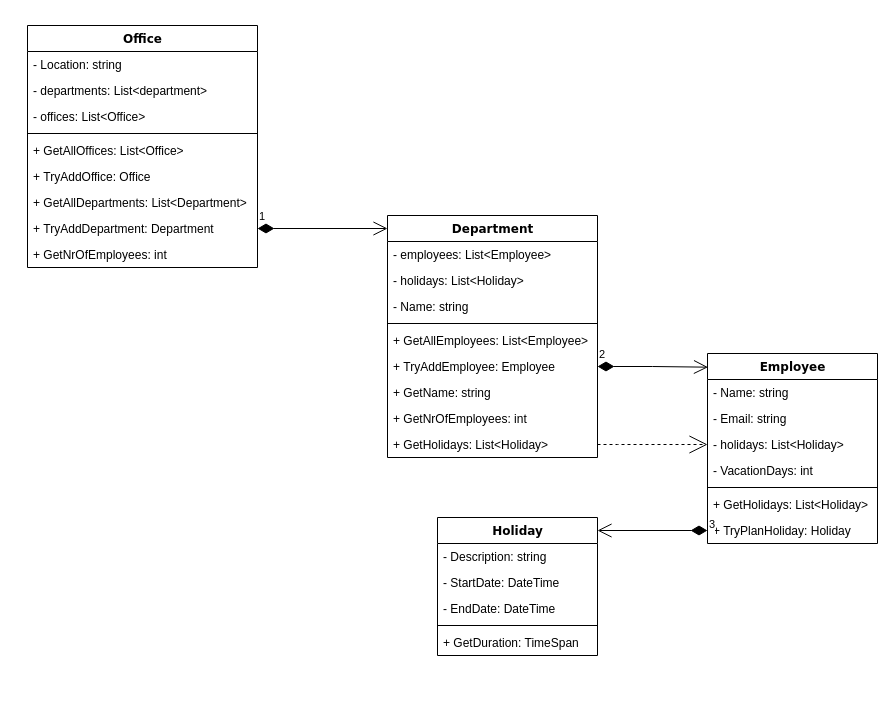
The draw.io diagram Startsemester/Software/Verdieping/VakantiePlanner/Idee/VakantiePlanner.drawio in Bash-04/MyLearningProcess, before the edit. Source tidied: cells renumbered, new cells numbered last; positions are measured from the earlier drawing's top-left corner, leaving out a move shared by most shapes. Both pictures are drawn from the tidied source at 100%, with x=0, y=0 at pixel (27, 25).
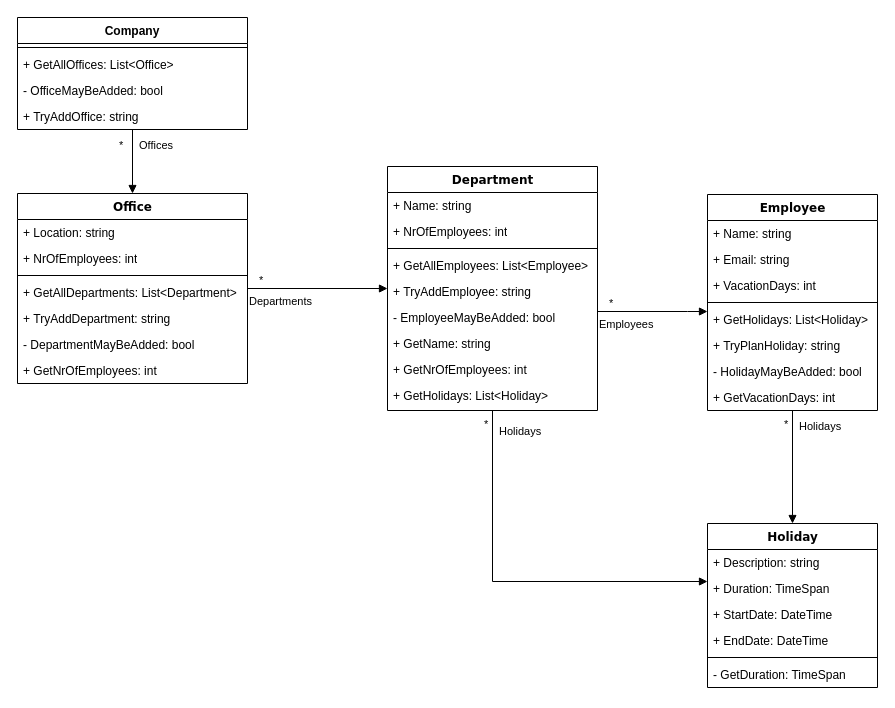
After the change.

Unchanged cells that the change refers to:
```xml
<mxCell id="21" value="+&amp;nbsp;GetHolidays: List&amp;lt;Holiday&amp;gt;" style="text;html=1;strokeColor=none;fillColor=none;align=left;verticalAlign=top;spacingLeft=4;spacingRight=4;whiteSpace=wrap;overflow=hidden;points=[[0,0.5],[1,0.5]];portConstraint=eastwest;" parent="12" vertex="1">
  <mxGeometry y="216" width="210" height="26" as="geometry" />
</mxCell>
```

Change to the diagram source:
```diff
@@
     <mxCell id="2" value="Office" style="swimlane;html=1;fontStyle=1;align=center;verticalAlign=top;horizontal=1;startSize=26;swimlaneFillColor=#ffffff;rounded=0;shadow=0;comic=0;labelBackgroundColor=none;strokeWidth=1;fillColor=none;fontFamily=Verdana;fontSize=12;" parent="1" vertex="1">
-      <mxGeometry width="230" height="242" as="geometry" />
+      <mxGeometry x="-10" y="168" width="230" height="190" as="geometry" />
     </mxCell>
-    <mxCell id="3" value="- Location: string" style="text;html=1;strokeColor=none;fillColor=none;align=left;verticalAlign=top;spacingLeft=4;spacingRight=4;whiteSpace=wrap;overflow=hidden;" parent="2" vertex="1">
+    <mxCell id="3" value="+ Location: string" style="text;html=1;strokeColor=none;fillColor=none;align=left;verticalAlign=top;spacingLeft=4;spacingRight=4;whiteSpace=wrap;overflow=hidden;" parent="2" vertex="1">
       <mxGeometry y="26" width="230" height="26" as="geometry" />
     </mxCell>
-    <mxCell id="4" value="- departments: List&amp;lt;department&amp;gt;" style="text;html=1;strokeColor=none;fillColor=none;align=left;verticalAlign=top;spacingLeft=4;spacingRight=4;whiteSpace=wrap;overflow=hidden;" parent="2" vertex="1">
-      <mxGeometry y="52" width="230" height="26" as="geometry" />
-    </mxCell>
-    <mxCell id="5" value="- offices: List&amp;lt;Office&amp;gt;" style="text;html=1;strokeColor=none;fillColor=none;align=left;verticalAlign=top;spacingLeft=4;spacingRight=4;whiteSpace=wrap;overflow=hidden;" parent="2" vertex="1">
-      <mxGeometry y="78" width="230" height="26" as="geometry" />
-    </mxCell>
+    <mxCell id="40" value="+ NrOfEmployees: int" style="text;html=1;strokeColor=none;fillColor=none;align=left;verticalAlign=top;spacingLeft=4;spacingRight=4;whiteSpace=wrap;overflow=hidden;" parent="2" vertex="1">
+      <mxGeometry y="52" width="230" height="26" as="geometry" />
+    </mxCell>
     <mxCell id="6" style="line;html=1;strokeWidth=1;fillColor=none;align=left;verticalAlign=middle;spacingTop=-1;spacingLeft=3;spacingRight=3;labelPosition=right;" parent="2" vertex="1">
-      <mxGeometry y="104" width="230" height="8" as="geometry" />
+      <mxGeometry y="78" width="230" height="8" as="geometry" />
     </mxCell>
-    <mxCell id="7" value="+ GetAllOffices: List&amp;lt;Office&amp;gt;" style="text;html=1;strokeColor=none;fillColor=none;align=left;verticalAlign=top;spacingLeft=4;spacingRight=4;whiteSpace=wrap;overflow=hidden;" parent="2" vertex="1">
-      <mxGeometry y="112" width="230" height="26" as="geometry" />
-    </mxCell>
-    <mxCell id="8" value="+&amp;nbsp;TryAddOffice: Office" style="text;html=1;strokeColor=none;fillColor=none;align=left;verticalAlign=top;spacingLeft=4;spacingRight=4;whiteSpace=wrap;overflow=hidden;" parent="2" vertex="1">
-      <mxGeometry y="138" width="230" height="26" as="geometry" />
-    </mxCell>
     <mxCell id="9" value="+&amp;nbsp;GetAllDepartments: List&amp;lt;Department&amp;gt;" style="text;html=1;strokeColor=none;fillColor=none;align=left;verticalAlign=top;spacingLeft=4;spacingRight=4;whiteSpace=wrap;overflow=hidden;" parent="2" vertex="1">
-      <mxGeometry y="164" width="230" height="26" as="geometry" />
+      <mxGeometry y="86" width="230" height="26" as="geometry" />
     </mxCell>
-    <mxCell id="10" value="+&amp;nbsp;TryAddDepartment: Department" style="text;html=1;strokeColor=none;fillColor=none;align=left;verticalAlign=top;spacingLeft=4;spacingRight=4;whiteSpace=wrap;overflow=hidden;points=[[0,0.5],[1,0.5]];portConstraint=eastwest;" parent="2" vertex="1">
-      <mxGeometry y="190" width="230" height="26" as="geometry" />
+    <mxCell id="10" value="+&amp;nbsp;TryAddDepartment: string" style="text;html=1;strokeColor=none;fillColor=none;align=left;verticalAlign=top;spacingLeft=4;spacingRight=4;whiteSpace=wrap;overflow=hidden;points=[[0,0.5],[1,0.5]];portConstraint=eastwest;" parent="2" vertex="1">
+      <mxGeometry y="112" width="230" height="26" as="geometry" />
     </mxCell>
+    <mxCell id="41" value="- DepartmentMayBeAdded: bool" style="text;html=1;strokeColor=none;fillColor=none;align=left;verticalAlign=top;spacingLeft=4;spacingRight=4;whiteSpace=wrap;overflow=hidden;" parent="2" vertex="1">
+      <mxGeometry y="138" width="230" height="26" as="geometry" />
+    </mxCell>
     <mxCell id="11" value="+&amp;nbsp;GetNrOfEmployees: int" style="text;html=1;strokeColor=none;fillColor=none;align=left;verticalAlign=top;spacingLeft=4;spacingRight=4;whiteSpace=wrap;overflow=hidden;" parent="2" vertex="1">
-      <mxGeometry y="216" width="230" height="26" as="geometry" />
+      <mxGeometry y="164" width="230" height="26" as="geometry" />
     </mxCell>
     <mxCell id="12" value="Department" style="swimlane;html=1;fontStyle=1;align=center;verticalAlign=top;horizontal=1;startSize=26;swimlaneFillColor=#ffffff;rounded=0;shadow=0;comic=0;labelBackgroundColor=none;strokeWidth=1;fillColor=none;fontFamily=Verdana;fontSize=12;" parent="1" vertex="1">
-      <mxGeometry x="360" y="190" width="210" height="242" as="geometry" />
+      <mxGeometry x="360" y="141" width="210" height="244" as="geometry" />
     </mxCell>
-    <mxCell id="13" value="- employees: List&amp;lt;Employee&amp;gt;" style="text;html=1;strokeColor=none;fillColor=none;align=left;verticalAlign=top;spacingLeft=4;spacingRight=4;whiteSpace=wrap;overflow=hidden;" parent="12" vertex="1">
-      <mxGeometry y="26" width="210" height="26" as="geometry" />
-    </mxCell>
-    <mxCell id="14" value="- holidays: List&amp;lt;Holiday&amp;gt;" style="text;html=1;strokeColor=none;fillColor=none;align=left;verticalAlign=top;spacingLeft=4;spacingRight=4;whiteSpace=wrap;overflow=hidden;" parent="12" vertex="1">
-      <mxGeometry y="52" width="210" height="26" as="geometry" />
-    </mxCell>
-    <mxCell id="15" value="- Name: string" style="text;html=1;strokeColor=none;fillColor=none;align=left;verticalAlign=top;spacingLeft=4;spacingRight=4;whiteSpace=wrap;overflow=hidden;" parent="12" vertex="1">
-      <mxGeometry y="78" width="210" height="26" as="geometry" />
+    <mxCell id="15" value="+ Name: string" style="text;html=1;strokeColor=none;fillColor=none;align=left;verticalAlign=top;spacingLeft=4;spacingRight=4;whiteSpace=wrap;overflow=hidden;" parent="12" vertex="1">
+      <mxGeometry y="26" width="210" height="26" as="geometry" />
     </mxCell>
+    <mxCell id="42" value="+ NrOfEmployees: int" style="text;html=1;strokeColor=none;fillColor=none;align=left;verticalAlign=top;spacingLeft=4;spacingRight=4;whiteSpace=wrap;overflow=hidden;" parent="12" vertex="1">
+      <mxGeometry y="52" width="210" height="26" as="geometry" />
+    </mxCell>
     <mxCell id="16" style="line;html=1;strokeWidth=1;fillColor=none;align=left;verticalAlign=middle;spacingTop=-1;spacingLeft=3;spacingRight=3;labelPosition=right;" parent="12" vertex="1">
-      <mxGeometry y="104" width="210" height="8" as="geometry" />
+      <mxGeometry y="78" width="210" height="8" as="geometry" />
     </mxCell>
     <mxCell id="17" value="+&amp;nbsp;GetAllEmployees: List&amp;lt;Employee&amp;gt;" style="text;html=1;strokeColor=none;fillColor=none;align=left;verticalAlign=top;spacingLeft=4;spacingRight=4;whiteSpace=wrap;overflow=hidden;" parent="12" vertex="1">
-      <mxGeometry y="112" width="210" height="26" as="geometry" />
+      <mxGeometry y="86" width="210" height="26" as="geometry" />
     </mxCell>
-    <mxCell id="18" value="+&amp;nbsp;TryAddEmployee: Employee" style="text;html=1;strokeColor=none;fillColor=none;align=left;verticalAlign=top;spacingLeft=4;spacingRight=4;whiteSpace=wrap;overflow=hidden;points=[[0,0.5],[1,0.5]];portConstraint=eastwest;" parent="12" vertex="1">
-      <mxGeometry y="138" width="210" height="26" as="geometry" />
+    <mxCell id="18" value="+&amp;nbsp;TryAddEmployee: string" style="text;html=1;strokeColor=none;fillColor=none;align=left;verticalAlign=top;spacingLeft=4;spacingRight=4;whiteSpace=wrap;overflow=hidden;points=[[0,0.5],[1,0.5]];portConstraint=eastwest;" parent="12" vertex="1">
+      <mxGeometry y="112" width="210" height="26" as="geometry" />
     </mxCell>
+    <mxCell id="43" value="- EmployeeMayBeAdded: bool" style="text;html=1;strokeColor=none;fillColor=none;align=left;verticalAlign=top;spacingLeft=4;spacingRight=4;whiteSpace=wrap;overflow=hidden;" parent="12" vertex="1">
+      <mxGeometry y="138" width="210" height="26" as="geometry" />
+    </mxCell>
@@
     <mxCell id="22" value="Employee" style="swimlane;html=1;fontStyle=1;align=center;verticalAlign=top;horizontal=1;startSize=26;swimlaneFillColor=#ffffff;rounded=0;shadow=0;comic=0;labelBackgroundColor=none;strokeWidth=1;fillColor=none;fontFamily=Verdana;fontSize=12;" parent="1" vertex="1">
-      <mxGeometry x="680" y="328" width="170" height="190" as="geometry" />
+      <mxGeometry x="680" y="169" width="170" height="216" as="geometry" />
     </mxCell>
-    <mxCell id="23" value="- Name: string" style="text;html=1;strokeColor=none;fillColor=none;align=left;verticalAlign=top;spacingLeft=4;spacingRight=4;whiteSpace=wrap;overflow=hidden;" parent="22" vertex="1">
+    <mxCell id="23" value="+ Name: string" style="text;html=1;strokeColor=none;fillColor=none;align=left;verticalAlign=top;spacingLeft=4;spacingRight=4;whiteSpace=wrap;overflow=hidden;" parent="22" vertex="1">
       <mxGeometry y="26" width="170" height="26" as="geometry" />
     </mxCell>
-    <mxCell id="24" value="-&amp;nbsp;Email: string" style="text;html=1;strokeColor=none;fillColor=none;align=left;verticalAlign=top;spacingLeft=4;spacingRight=4;whiteSpace=wrap;overflow=hidden;" parent="22" vertex="1">
+    <mxCell id="24" value="+ Email: string" style="text;html=1;strokeColor=none;fillColor=none;align=left;verticalAlign=top;spacingLeft=4;spacingRight=4;whiteSpace=wrap;overflow=hidden;" parent="22" vertex="1">
       <mxGeometry y="52" width="170" height="26" as="geometry" />
     </mxCell>
-    <mxCell id="25" value="-&amp;nbsp;holidays: List&amp;lt;Holiday&amp;gt;" style="text;html=1;strokeColor=none;fillColor=none;align=left;verticalAlign=top;spacingLeft=4;spacingRight=4;whiteSpace=wrap;overflow=hidden;points=[[0,0.5],[1,0.5]];portConstraint=eastwest;" parent="22" vertex="1">
-      <mxGeometry y="78" width="170" height="26" as="geometry" />
-    </mxCell>
-    <mxCell id="26" value="-&amp;nbsp;VacationDays: int" style="text;html=1;strokeColor=none;fillColor=none;align=left;verticalAlign=top;spacingLeft=4;spacingRight=4;whiteSpace=wrap;overflow=hidden;" parent="22" vertex="1">
-      <mxGeometry y="104" width="170" height="26" as="geometry" />
+    <mxCell id="26" value="+ VacationDays: int" style="text;html=1;strokeColor=none;fillColor=none;align=left;verticalAlign=top;spacingLeft=4;spacingRight=4;whiteSpace=wrap;overflow=hidden;" parent="22" vertex="1">
+      <mxGeometry y="78" width="170" height="26" as="geometry" />
     </mxCell>
     <mxCell id="27" style="line;html=1;strokeWidth=1;fillColor=none;align=left;verticalAlign=middle;spacingTop=-1;spacingLeft=3;spacingRight=3;labelPosition=right;" parent="22" vertex="1">
-      <mxGeometry y="130" width="170" height="8" as="geometry" />
+      <mxGeometry y="104" width="170" height="8" as="geometry" />
     </mxCell>
     <mxCell id="28" value="+ GetHolidays: List&amp;lt;Holiday&amp;gt;" style="text;html=1;strokeColor=none;fillColor=none;align=left;verticalAlign=top;spacingLeft=4;spacingRight=4;whiteSpace=wrap;overflow=hidden;" parent="22" vertex="1">
-      <mxGeometry y="138" width="170" height="26" as="geometry" />
+      <mxGeometry y="112" width="170" height="26" as="geometry" />
     </mxCell>
-    <mxCell id="29" value="+ TryPlanHoliday: Holiday" style="text;html=1;strokeColor=none;fillColor=none;align=left;verticalAlign=top;spacingLeft=4;spacingRight=4;whiteSpace=wrap;overflow=hidden;points=[[0,0.5],[1,0.5]];portConstraint=eastwest;" parent="22" vertex="1">
-      <mxGeometry y="164" width="170" height="26" as="geometry" />
+    <mxCell id="29" value="+ TryPlanHoliday: string" style="text;html=1;strokeColor=none;fillColor=none;align=left;verticalAlign=top;spacingLeft=4;spacingRight=4;whiteSpace=wrap;overflow=hidden;points=[[0,0.5],[1,0.5]];portConstraint=eastwest;" parent="22" vertex="1">
+      <mxGeometry y="138" width="170" height="26" as="geometry" />
     </mxCell>
+    <mxCell id="44" value="- HolidayMayBeAdded: bool" style="text;html=1;strokeColor=none;fillColor=none;align=left;verticalAlign=top;spacingLeft=4;spacingRight=4;whiteSpace=wrap;overflow=hidden;" parent="22" vertex="1">
+      <mxGeometry y="164" width="170" height="26" as="geometry" />
+    </mxCell>
+    <mxCell id="45" value="+ GetVacationDays: int" style="text;html=1;strokeColor=none;fillColor=none;align=left;verticalAlign=top;spacingLeft=4;spacingRight=4;whiteSpace=wrap;overflow=hidden;" parent="22" vertex="1">
+      <mxGeometry y="190" width="170" height="26" as="geometry" />
+    </mxCell>
     <mxCell id="30" value="Holiday" style="swimlane;html=1;fontStyle=1;align=center;verticalAlign=top;horizontal=1;startSize=26;swimlaneFillColor=#ffffff;rounded=0;shadow=0;comic=0;labelBackgroundColor=none;strokeWidth=1;fillColor=none;fontFamily=Verdana;fontSize=12;" parent="1" vertex="1">
-      <mxGeometry x="410" y="492" width="160" height="138" as="geometry" />
+      <mxGeometry x="680" y="498" width="170" height="164" as="geometry" />
     </mxCell>
-    <mxCell id="31" value="-&amp;nbsp;Description: string" style="text;html=1;strokeColor=none;fillColor=none;align=left;verticalAlign=top;spacingLeft=4;spacingRight=4;whiteSpace=wrap;overflow=hidden;" parent="30" vertex="1">
-      <mxGeometry y="26" width="160" height="26" as="geometry" />
+    <mxCell id="31" value="+ Description: string" style="text;html=1;strokeColor=none;fillColor=none;align=left;verticalAlign=top;spacingLeft=4;spacingRight=4;whiteSpace=wrap;overflow=hidden;" parent="30" vertex="1">
+      <mxGeometry y="26" width="170" height="26" as="geometry" />
     </mxCell>
+    <mxCell id="46" value="+ Duration: TimeSpan" style="text;html=1;strokeColor=none;fillColor=none;align=left;verticalAlign=top;spacingLeft=4;spacingRight=4;whiteSpace=wrap;overflow=hidden;" parent="30" vertex="1">
+      <mxGeometry y="52" width="170" height="26" as="geometry" />
+    </mxCell>
-    <mxCell id="32" value="-&amp;nbsp;StartDate: DateTime" style="text;html=1;strokeColor=none;fillColor=none;align=left;verticalAlign=top;spacingLeft=4;spacingRight=4;whiteSpace=wrap;overflow=hidden;" parent="30" vertex="1">
-      <mxGeometry y="52" width="160" height="26" as="geometry" />
+    <mxCell id="32" value="+ StartDate: DateTime" style="text;html=1;strokeColor=none;fillColor=none;align=left;verticalAlign=top;spacingLeft=4;spacingRight=4;whiteSpace=wrap;overflow=hidden;" parent="30" vertex="1">
+      <mxGeometry y="78" width="170" height="26" as="geometry" />
     </mxCell>
-    <mxCell id="33" value="-&amp;nbsp;EndDate: DateTime" style="text;html=1;strokeColor=none;fillColor=none;align=left;verticalAlign=top;spacingLeft=4;spacingRight=4;whiteSpace=wrap;overflow=hidden;" parent="30" vertex="1">
-      <mxGeometry y="78" width="160" height="26" as="geometry" />
+    <mxCell id="33" value="+ EndDate: DateTime" style="text;html=1;strokeColor=none;fillColor=none;align=left;verticalAlign=top;spacingLeft=4;spacingRight=4;whiteSpace=wrap;overflow=hidden;" parent="30" vertex="1">
+      <mxGeometry y="104" width="170" height="26" as="geometry" />
     </mxCell>
     <mxCell id="34" style="line;html=1;strokeWidth=1;fillColor=none;align=left;verticalAlign=middle;spacingTop=-1;spacingLeft=3;spacingRight=3;labelPosition=right;" parent="30" vertex="1">
-      <mxGeometry y="104" width="160" height="8" as="geometry" />
+      <mxGeometry y="130" width="170" height="8" as="geometry" />
     </mxCell>
-    <mxCell id="35" value="+ GetDuration: TimeSpan" style="text;html=1;strokeColor=none;fillColor=none;align=left;verticalAlign=top;spacingLeft=4;spacingRight=4;whiteSpace=wrap;overflow=hidden;" parent="30" vertex="1">
-      <mxGeometry y="112" width="160" height="26" as="geometry" />
+    <mxCell id="35" value="- GetDuration: TimeSpan" style="text;html=1;strokeColor=none;fillColor=none;align=left;verticalAlign=top;spacingLeft=4;spacingRight=4;whiteSpace=wrap;overflow=hidden;" parent="30" vertex="1">
+      <mxGeometry y="138" width="170" height="26" as="geometry" />
     </mxCell>
-    <mxCell id="36" value="1" style="endArrow=open;html=1;endSize=12;startArrow=diamondThin;startSize=14;startFill=1;edgeStyle=orthogonalEdgeStyle;align=left;verticalAlign=bottom;rounded=0;" parent="1" edge="1" source="10" target="12">
-      <mxGeometry x="-1" y="3" relative="1" as="geometry">
-        <Array as="points">
-          <mxPoint x="360" y="203" />
-          <mxPoint x="360" y="203" />
-        </Array>
-      </mxGeometry>
-    </mxCell>
-    <mxCell id="37" style="edgeStyle=elbowEdgeStyle;html=1;labelBackgroundColor=none;startFill=0;startSize=8;endArrow=open;endFill=0;endSize=16;fontFamily=Verdana;fontSize=12;elbow=vertical;dashed=1;entryX=0;entryY=0.5;entryDx=0;entryDy=0;" parent="1" edge="1" source="21" target="25">
-      <mxGeometry relative="1" as="geometry">
-        <Array as="points">
-          <mxPoint x="600" y="419" />
-        </Array>
-      </mxGeometry>
-    </mxCell>
-    <mxCell id="38" value="2" style="endArrow=open;html=1;endSize=12;startArrow=diamondThin;startSize=14;startFill=1;edgeStyle=orthogonalEdgeStyle;align=left;verticalAlign=bottom;rounded=0;entryX=0.003;entryY=0.072;entryDx=0;entryDy=0;entryPerimeter=0;" parent="1" edge="1" source="18" target="22">
-      <mxGeometry x="-1" y="3" relative="1" as="geometry" />
-    </mxCell>
-    <mxCell id="39" value="3" style="endArrow=open;html=1;endSize=12;startArrow=diamondThin;startSize=14;startFill=1;edgeStyle=orthogonalEdgeStyle;align=left;verticalAlign=bottom;rounded=0;exitX=0;exitY=0.5;exitDx=0;exitDy=0;" parent="1" edge="1" source="29">
-      <mxGeometry x="-1" y="3" relative="1" as="geometry">
-        <mxPoint x="570" y="505" as="targetPoint" />
-      </mxGeometry>
-    </mxCell>
+    <mxCell id="47" value="Company" style="swimlane;fontStyle=1;align=center;verticalAlign=top;horizontal=1;startSize=26;" parent="1" vertex="1">
+      <mxGeometry x="-10" y="-8" width="230" height="112" as="geometry" />
+    </mxCell>
+    <mxCell id="48" style="line;strokeWidth=1;fillColor=none;align=left;verticalAlign=middle;spacingTop=-1;spacingLeft=3;spacingRight=3;labelPosition=right;strokeColor=inherit;" parent="47" vertex="1">
+      <mxGeometry y="26" width="230" height="8" as="geometry" />
+    </mxCell>
+    <mxCell id="49" value="+ GetAllOffices: List&lt;Office&gt;" style="text;strokeColor=none;fillColor=none;align=left;verticalAlign=top;spacingLeft=4;spacingRight=4;overflow=hidden;" parent="47" vertex="1">
+      <mxGeometry y="34" width="230" height="26" as="geometry" />
+    </mxCell>
+    <mxCell id="50" value="- OfficeMayBeAdded: bool" style="text;strokeColor=none;fillColor=none;align=left;verticalAlign=top;spacingLeft=4;spacingRight=4;overflow=hidden;" parent="47" vertex="1">
+      <mxGeometry y="60" width="230" height="26" as="geometry" />
+    </mxCell>
+    <mxCell id="51" value="+ TryAddOffice: string" style="text;strokeColor=none;fillColor=none;align=left;verticalAlign=top;spacingLeft=4;spacingRight=4;overflow=hidden;" parent="47" vertex="1">
+      <mxGeometry y="86" width="230" height="26" as="geometry" />
+    </mxCell>
+    <mxCell id="52" value="Departments" style="endArrow=block;endFill=1;html=1;edgeStyle=orthogonalEdgeStyle;align=left;verticalAlign=top;rounded=0;" parent="1" edge="1" source="2" target="12">
+      <mxGeometry x="-1" relative="1" as="geometry" />
+    </mxCell>
+    <mxCell id="53" value="*" style="edgeLabel;html=1;align=left;verticalAlign=bottom;" parent="52" vertex="1">
+      <mxGeometry x="-1" relative="1" as="geometry">
+        <mxPoint x="10" as="offset" />
+      </mxGeometry>
+    </mxCell>
+    <mxCell id="54" value="Employees" style="endArrow=block;endFill=1;html=1;edgeStyle=orthogonalEdgeStyle;align=left;verticalAlign=top;rounded=0;" parent="1" edge="1" source="12" target="22">
+      <mxGeometry x="-1" relative="1" as="geometry">
+        <Array as="points">
+          <mxPoint x="660" y="286" />
+          <mxPoint x="660" y="286" />
+        </Array>
+      </mxGeometry>
+    </mxCell>
+    <mxCell id="55" value="*" style="edgeLabel;html=1;align=left;verticalAlign=bottom;" parent="54" vertex="1">
+      <mxGeometry x="-1" relative="1" as="geometry">
+        <mxPoint x="10" as="offset" />
+      </mxGeometry>
+    </mxCell>
+    <mxCell id="56" value="Holidays" style="endArrow=block;endFill=1;html=1;edgeStyle=orthogonalEdgeStyle;align=left;verticalAlign=top;rounded=0;" parent="1" edge="1" source="22" target="30">
+      <mxGeometry x="-0.95" y="5" relative="1" as="geometry" />
+    </mxCell>
+    <mxCell id="57" value="*" style="edgeLabel;html=1;align=left;verticalAlign=bottom;" parent="56" vertex="1">
+      <mxGeometry x="-1" relative="1" as="geometry">
+        <mxPoint x="-10" y="22" as="offset" />
+      </mxGeometry>
+    </mxCell>
+    <mxCell id="58" value="Offices" style="endArrow=block;endFill=1;html=1;edgeStyle=orthogonalEdgeStyle;align=left;verticalAlign=top;rounded=0;" parent="1" edge="1" source="47" target="2">
+      <mxGeometry x="-0.91" y="5" relative="1" as="geometry" />
+    </mxCell>
+    <mxCell id="59" value="*" style="edgeLabel;html=1;align=left;verticalAlign=bottom;" parent="58" vertex="1">
+      <mxGeometry x="-1" relative="1" as="geometry">
+        <mxPoint x="-15" y="24" as="offset" />
+      </mxGeometry>
+    </mxCell>
+    <mxCell id="60" value="Holidays" style="endArrow=block;endFill=1;html=1;edgeStyle=orthogonalEdgeStyle;align=left;verticalAlign=top;rounded=0;" parent="1" edge="1" source="12" target="30">
+      <mxGeometry x="-0.96" y="5" relative="1" as="geometry">
+        <Array as="points">
+          <mxPoint x="465" y="556" />
+        </Array>
+      </mxGeometry>
+    </mxCell>
+    <mxCell id="61" value="*" style="edgeLabel;html=1;align=left;verticalAlign=bottom;" parent="60" vertex="1">
+      <mxGeometry x="-1" relative="1" as="geometry">
+        <mxPoint x="-10" y="22" as="offset" />
+      </mxGeometry>
+    </mxCell>
```
